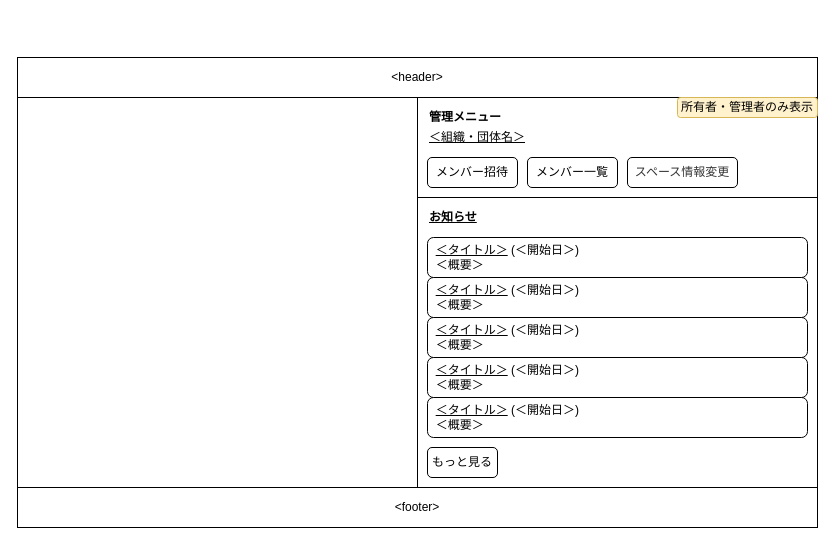
Before: 設計/画面設計/スペーストップ.drawio in nightonlypj/rails-app-origin, a draw.io diagram. Source tidied: cells renumbered, new cells numbered last; positions are measured from the earlier drawing's top-left corner, leaving out a move shared by most shapes. Both pictures are drawn from the tidied source at 100%, with x=0, y=0 at pixel (17, 57).
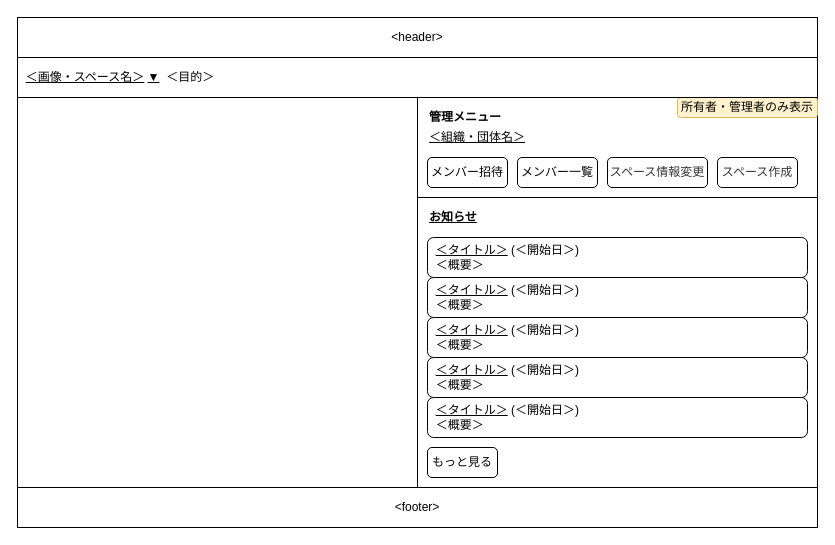
Above is the later version.

Diff of the diagram source:
```diff
@@
     <mxCell id="2" value="&amp;lt;header&amp;gt;" style="rounded=0;whiteSpace=wrap;html=1;fillColor=none;" parent="1" vertex="1">
-      <mxGeometry width="800" height="40" as="geometry" />
+      <mxGeometry y="-40" width="800" height="40" as="geometry" />
     </mxCell>
@@
     <mxCell id="14" value="メンバー招待" style="rounded=1;whiteSpace=wrap;html=1;align=center;" parent="1" vertex="1">
-      <mxGeometry x="410" y="100" width="90" height="30" as="geometry" />
+      <mxGeometry x="410" y="100" width="80" height="30" as="geometry" />
     </mxCell>
     <mxCell id="15" value="メンバー一覧" style="rounded=1;whiteSpace=wrap;html=1;align=center;" parent="1" vertex="1">
-      <mxGeometry x="510" y="100" width="90" height="30" as="geometry" />
+      <mxGeometry x="500" y="100" width="80" height="30" as="geometry" />
     </mxCell>
     <mxCell id="16" value="&lt;span style=&quot;color: rgb(51 , 51 , 51)&quot;&gt;スペース情報変更&lt;/span&gt;" style="rounded=1;whiteSpace=wrap;html=1;align=center;" parent="1" vertex="1">
-      <mxGeometry x="610" y="100" width="110" height="30" as="geometry" />
+      <mxGeometry x="590" y="100" width="100" height="30" as="geometry" />
     </mxCell>
@@
+    <mxCell id="20" value="&lt;span style=&quot;font-family: &amp;#34;helvetica&amp;#34;&quot;&gt;&amp;nbsp; &lt;/span&gt;&lt;u style=&quot;font-family: &amp;#34;helvetica&amp;#34;&quot;&gt;＜画像・スペース名＞&lt;/u&gt;&lt;span style=&quot;font-family: &amp;#34;helvetica&amp;#34;&quot;&gt; &lt;/span&gt;&lt;u style=&quot;font-family: &amp;#34;helvetica&amp;#34;&quot;&gt;▼&lt;/u&gt;&lt;span style=&quot;font-family: &amp;#34;helvetica&amp;#34;&quot;&gt;&amp;nbsp; ＜目的＞&lt;/span&gt;" style="rounded=0;whiteSpace=wrap;html=1;fillColor=none;align=left;" parent="1" vertex="1">
+      <mxGeometry width="800" height="40" as="geometry" />
+    </mxCell>
+    <mxCell id="21" value="&lt;span style=&quot;color: rgb(51 , 51 , 51)&quot;&gt;スペース作成&lt;/span&gt;" style="rounded=1;whiteSpace=wrap;html=1;align=center;" parent="1" vertex="1">
+      <mxGeometry x="700" y="100" width="80" height="30" as="geometry" />
+    </mxCell>
```
